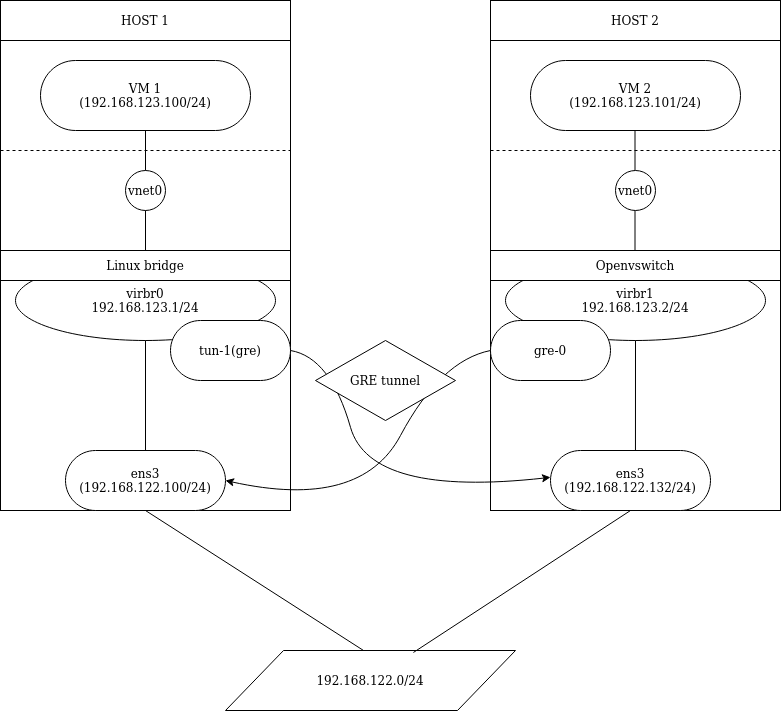
Before: OVS_LB_GRE_tunnel.png, a diagram exported from draw.io (lmq1999/123). Source tidied: cells renumbered, new cells last; positions are measured from the earlier drawing's top-left corner, leaving out a move shared by most shapes.
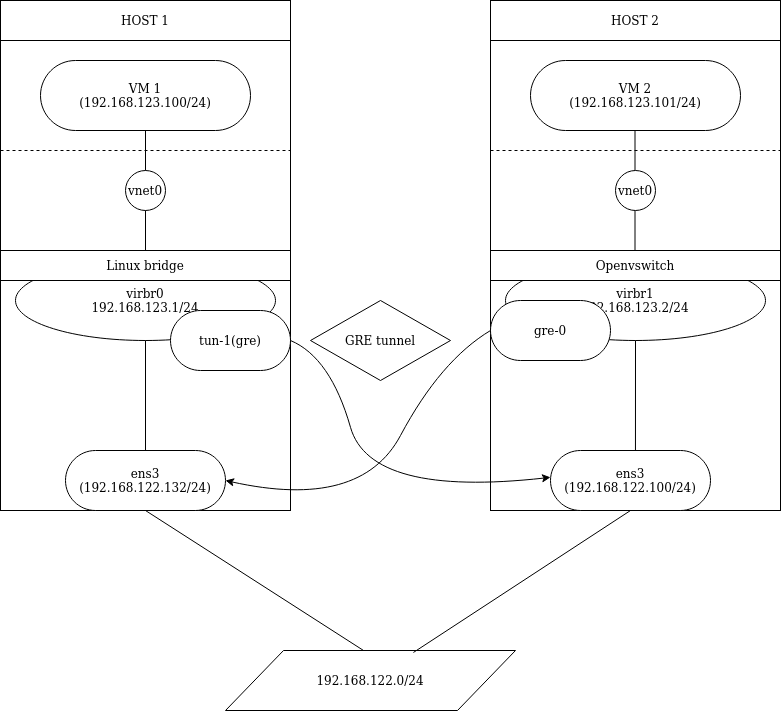
The same file after the commit.

Diff of the diagram source:
```diff
@@ -68,10 +68,10 @@
         <mxPoint x="634.5" y="170" as="targetPoint" />
       </mxGeometry>
     </mxCell>
-    <mxCell id="20" value="ens3&lt;br&gt;(192.168.122.100/24)" style="rounded=1;whiteSpace=wrap;html=1;arcSize=50;" parent="1" vertex="1">
+    <mxCell id="20" value="ens3&lt;br&gt;(192.168.122.132/24)" style="rounded=1;whiteSpace=wrap;html=1;arcSize=50;" parent="1" vertex="1">
       <mxGeometry x="65" y="450" width="160" height="60" as="geometry" />
     </mxCell>
-    <mxCell id="21" value="ens3&lt;br&gt;(192.168.122.132/24)" style="rounded=1;whiteSpace=wrap;html=1;arcSize=50;" parent="1" vertex="1">
+    <mxCell id="21" value="ens3&lt;br&gt;(192.168.122.100/24)" style="rounded=1;whiteSpace=wrap;html=1;arcSize=50;" parent="1" vertex="1">
       <mxGeometry x="550" y="450" width="160" height="60" as="geometry" />
     </mxCell>
     <mxCell id="22" value="192.168.122.0/24" style="shape=parallelogram;perimeter=parallelogramPerimeter;whiteSpace=wrap;html=1;" parent="1" vertex="1">
@@ -84,10 +84,10 @@
       <mxGeometry relative="1" as="geometry" />
     </mxCell>
     <mxCell id="25" value="gre-0" style="rounded=1;whiteSpace=wrap;html=1;arcSize=50;" parent="1" vertex="1">
-      <mxGeometry x="490" y="320" width="120" height="60" as="geometry" />
+      <mxGeometry x="490" y="300" width="120" height="60" as="geometry" />
     </mxCell>
     <mxCell id="26" value="tun-1(gre)" style="rounded=1;whiteSpace=wrap;html=1;arcSize=50;" parent="1" vertex="1">
-      <mxGeometry x="170" y="320" width="120" height="60" as="geometry" />
+      <mxGeometry x="170" y="310" width="120" height="60" as="geometry" />
     </mxCell>
     <mxCell id="27" style="curved=1;endArrow=classic;html=1;entryX=0;entryY=0.5;entryDx=0;entryDy=0;exitX=1;exitY=0.5;exitDx=0;exitDy=0;" parent="1" edge="1" source="26">
       <mxGeometry relative="1" as="geometry">
@@ -107,7 +107,7 @@
       </mxGeometry>
     </mxCell>
     <mxCell id="29" value="GRE tunnel" style="rhombus;whiteSpace=wrap;html=1;" parent="1" vertex="1">
-      <mxGeometry x="315" y="340" width="140" height="80" as="geometry" />
+      <mxGeometry x="310" y="300" width="140" height="80" as="geometry" />
     </mxCell>
     <mxCell id="30" style="endArrow=none;html=1;entryX=0.5;entryY=1;entryDx=0;entryDy=0;exitX=0.5;exitY=0;exitDx=0;exitDy=0;" parent="1" edge="1" source="20" target="10">
       <mxGeometry relative="1" as="geometry" />
```
